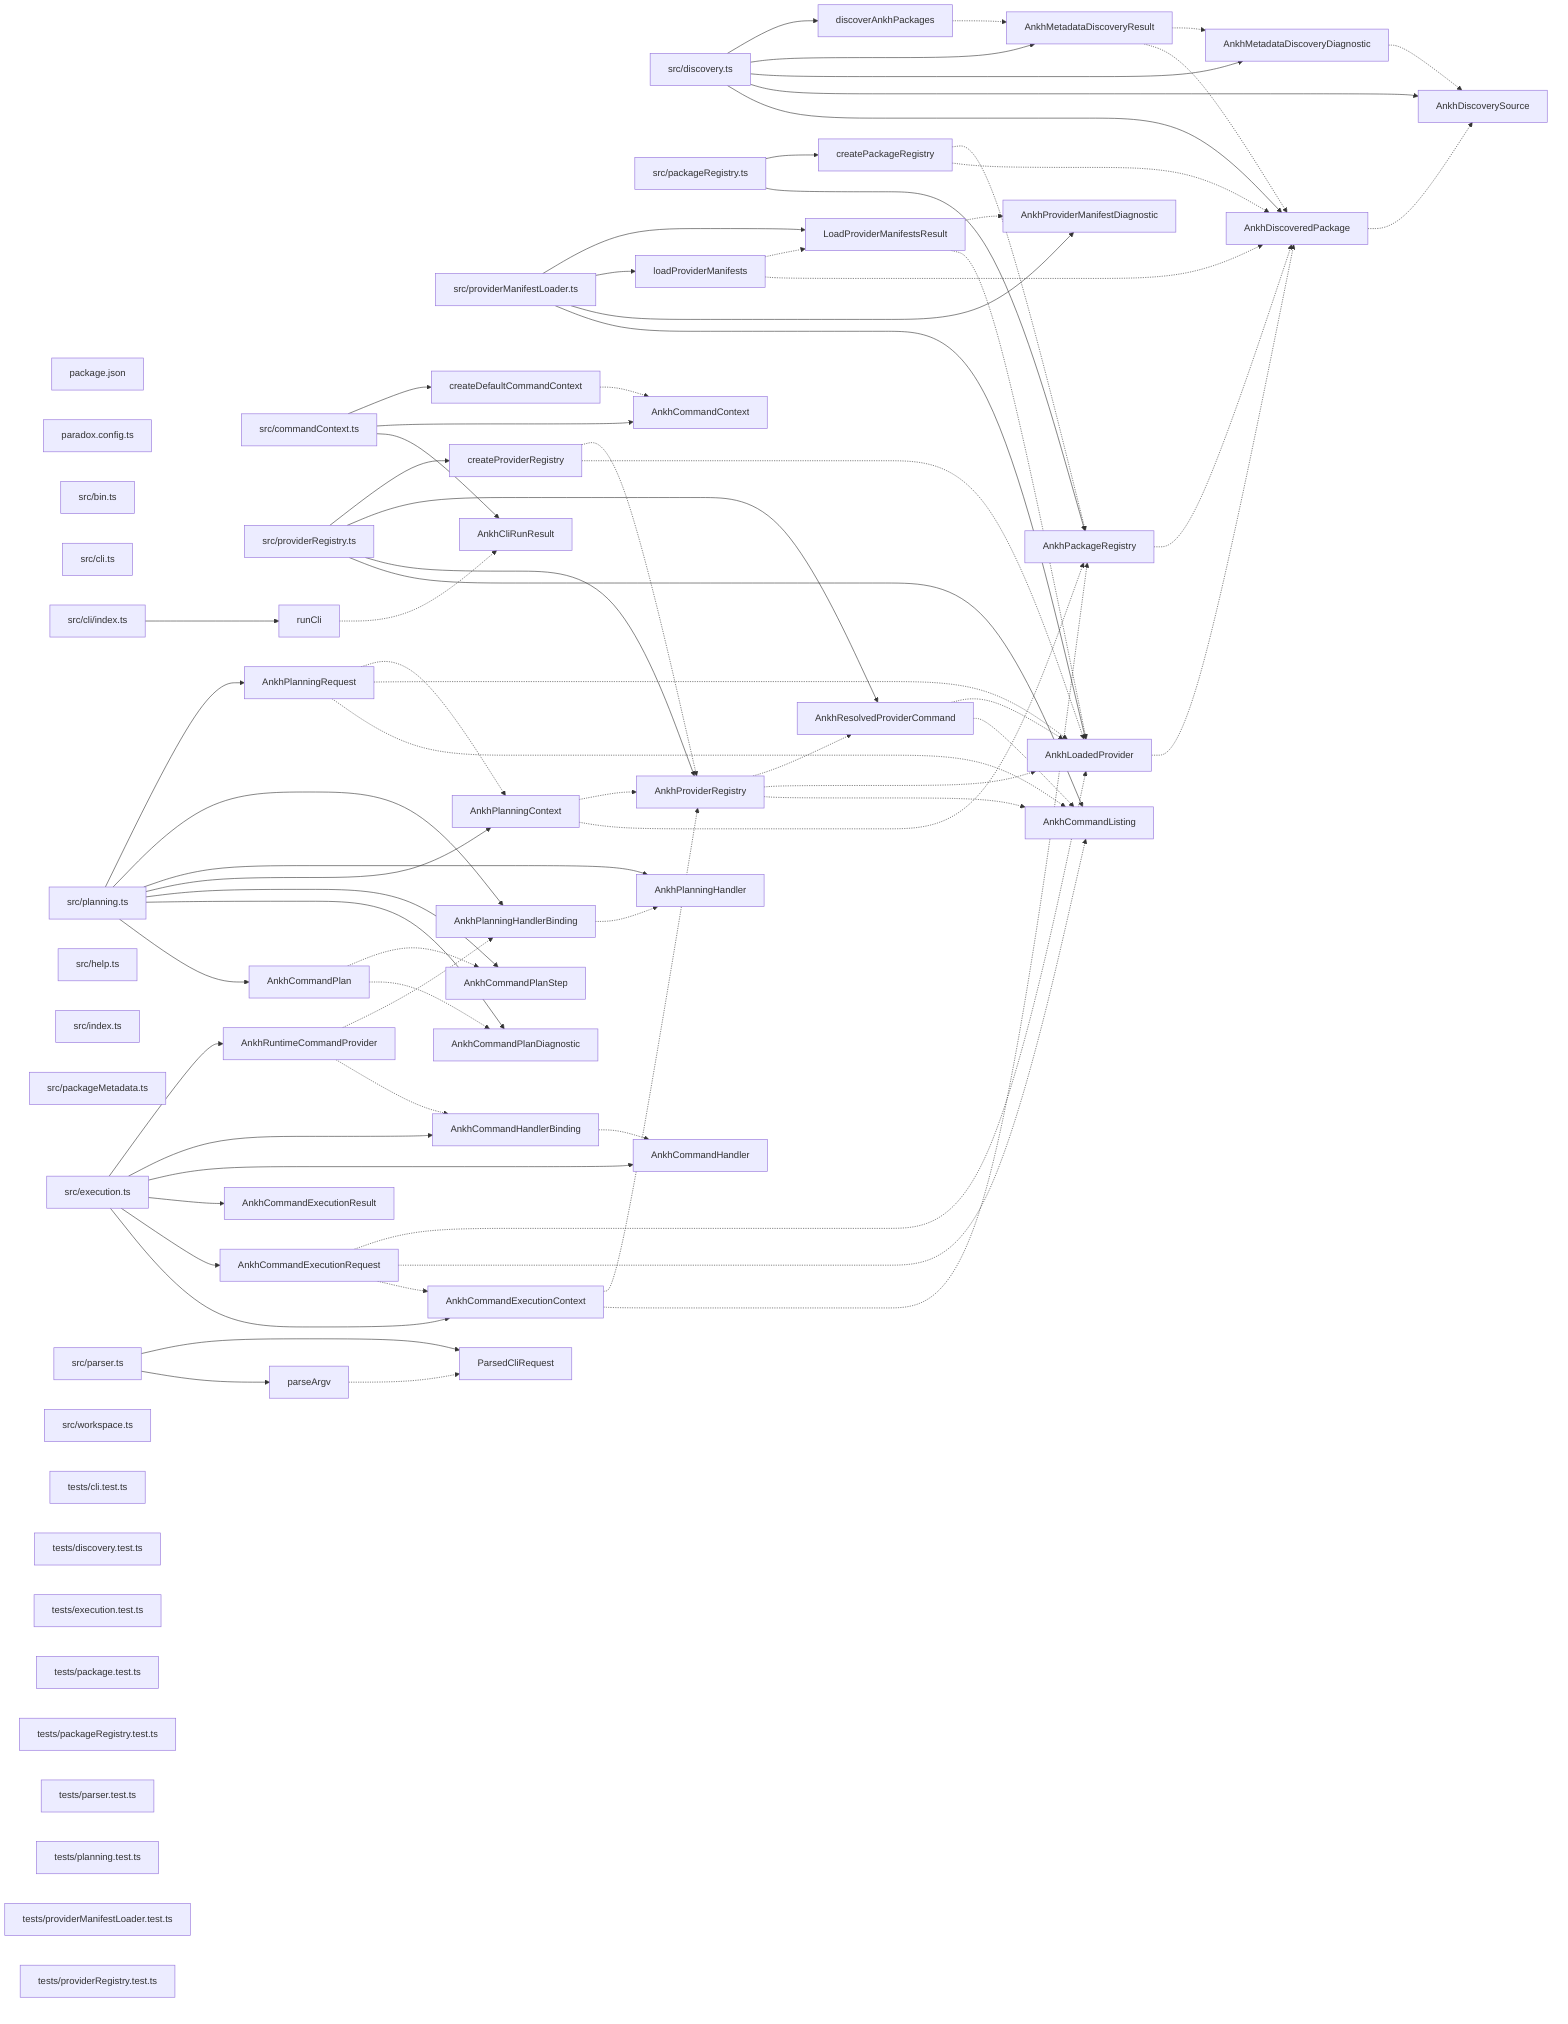
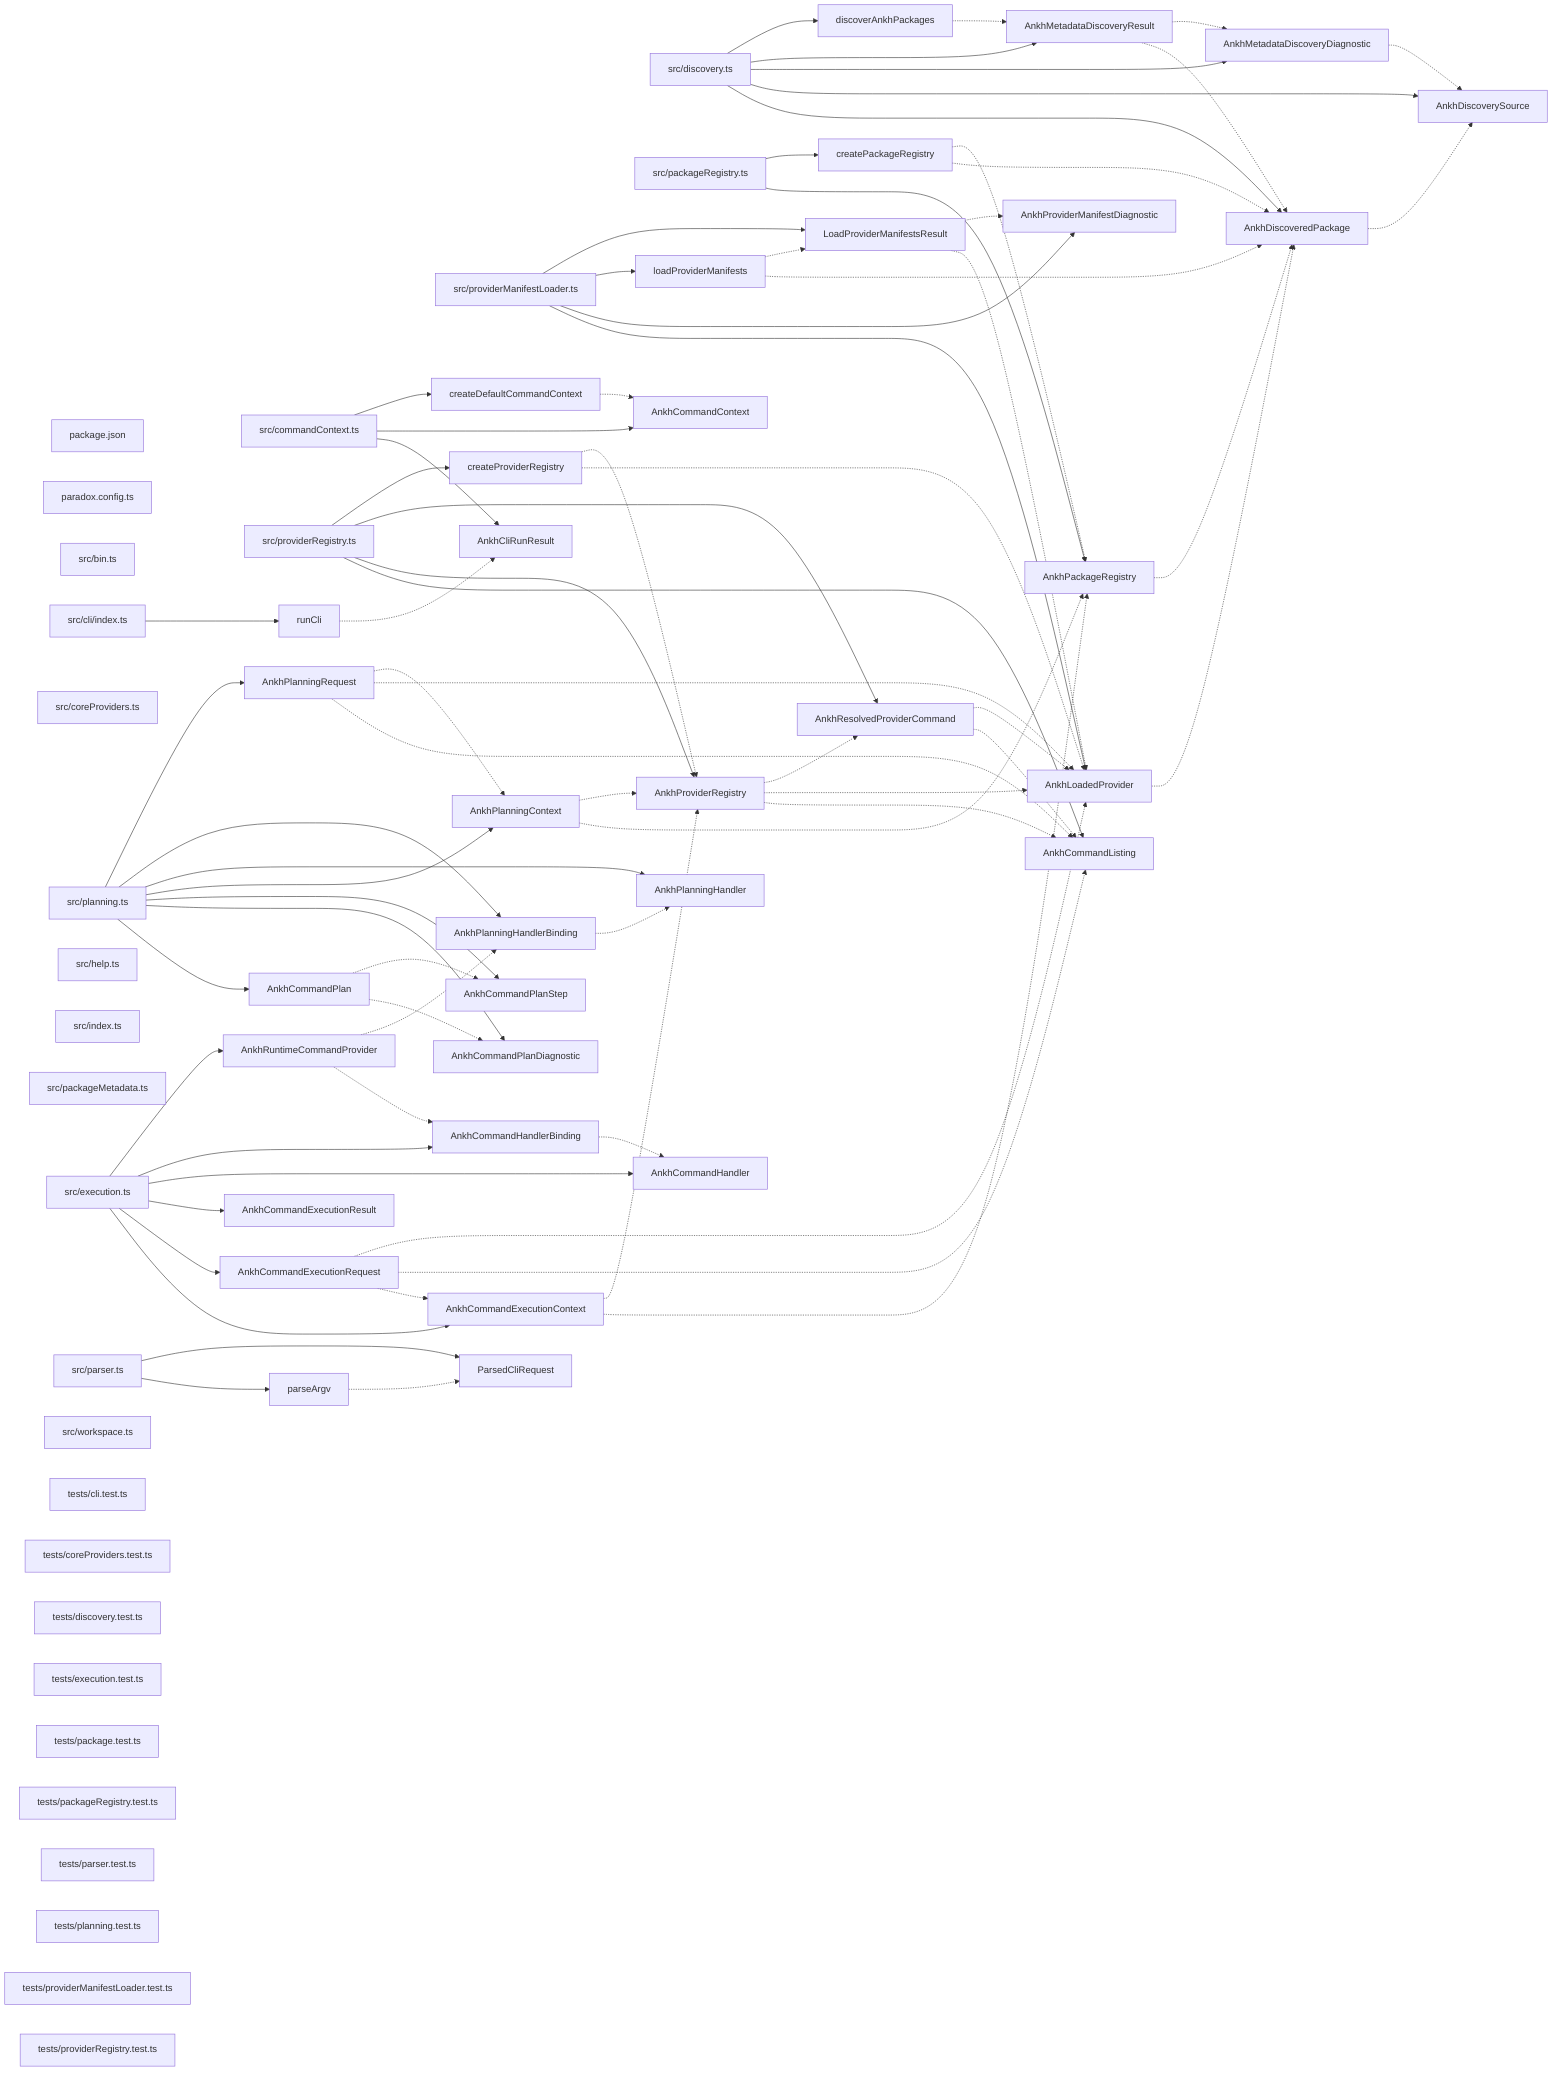
graph LR
  module_package_json["package.json"]
  module_paradox_config_ts["paradox.config.ts"]
  module_src_bin_ts["src/bin.ts"]
-   module_src_cli_ts["src/cli.ts"]
  module_src_cli_index_ts["src/cli/index.ts"]
  module_src_commandContext_ts["src/commandContext.ts"]
+   module_src_coreProviders_ts["src/coreProviders.ts"]
  module_src_discovery_ts["src/discovery.ts"]
  module_src_execution_ts["src/execution.ts"]
  module_src_help_ts["src/help.ts"]
  module_src_index_ts["src/index.ts"]
  module_src_packageMetadata_ts["src/packageMetadata.ts"]
  module_src_packageRegistry_ts["src/packageRegistry.ts"]
  module_src_parser_ts["src/parser.ts"]
  module_src_planning_ts["src/planning.ts"]
  module_src_providerManifestLoader_ts["src/providerManifestLoader.ts"]
  module_src_providerRegistry_ts["src/providerRegistry.ts"]
  module_src_workspace_ts["src/workspace.ts"]
  module_tests_cli_test_ts["tests/cli.test.ts"]
+   module_tests_coreProviders_test_ts["tests/coreProviders.test.ts"]
  module_tests_discovery_test_ts["tests/discovery.test.ts"]
  module_tests_execution_test_ts["tests/execution.test.ts"]
  module_tests_package_test_ts["tests/package.test.ts"]
  module_tests_packageRegistry_test_ts["tests/packageRegistry.test.ts"]
  module_tests_parser_test_ts["tests/parser.test.ts"]
  module_tests_planning_test_ts["tests/planning.test.ts"]
  module_tests_providerManifestLoader_test_ts["tests/providerManifestLoader.test.ts"]
  module_tests_providerRegistry_test_ts["tests/providerRegistry.test.ts"]
  export_AnkhCliRunResult["AnkhCliRunResult"]
  module_src_commandContext_ts --> export_AnkhCliRunResult
  export_AnkhCommandContext["AnkhCommandContext"]
  module_src_commandContext_ts --> export_AnkhCommandContext
  export_AnkhCommandExecutionContext["AnkhCommandExecutionContext"]
  module_src_execution_ts --> export_AnkhCommandExecutionContext
  export_AnkhCommandExecutionContext -.-> export_AnkhPackageRegistry
  export_AnkhCommandExecutionContext -.-> export_AnkhProviderRegistry
  export_AnkhCommandExecutionRequest["AnkhCommandExecutionRequest"]
  module_src_execution_ts --> export_AnkhCommandExecutionRequest
  export_AnkhCommandExecutionRequest -.-> export_AnkhCommandExecutionContext
  export_AnkhCommandExecutionRequest -.-> export_AnkhCommandListing
  export_AnkhCommandExecutionRequest -.-> export_AnkhLoadedProvider
  export_AnkhCommandExecutionResult["AnkhCommandExecutionResult"]
  module_src_execution_ts --> export_AnkhCommandExecutionResult
  export_AnkhCommandHandler["AnkhCommandHandler"]
  module_src_execution_ts --> export_AnkhCommandHandler
  export_AnkhCommandHandlerBinding["AnkhCommandHandlerBinding"]
  module_src_execution_ts --> export_AnkhCommandHandlerBinding
  export_AnkhCommandHandlerBinding -.-> export_AnkhCommandHandler
  export_AnkhCommandListing["AnkhCommandListing"]
  module_src_providerRegistry_ts --> export_AnkhCommandListing
  export_AnkhCommandPlan["AnkhCommandPlan"]
  module_src_planning_ts --> export_AnkhCommandPlan
  export_AnkhCommandPlan -.-> export_AnkhCommandPlanDiagnostic
  export_AnkhCommandPlan -.-> export_AnkhCommandPlanStep
  export_AnkhCommandPlanDiagnostic["AnkhCommandPlanDiagnostic"]
  module_src_planning_ts --> export_AnkhCommandPlanDiagnostic
  export_AnkhCommandPlanStep["AnkhCommandPlanStep"]
  module_src_planning_ts --> export_AnkhCommandPlanStep
  export_AnkhDiscoveredPackage["AnkhDiscoveredPackage"]
  module_src_discovery_ts --> export_AnkhDiscoveredPackage
  export_AnkhDiscoveredPackage -.-> export_AnkhDiscoverySource
  export_AnkhDiscoverySource["AnkhDiscoverySource"]
  module_src_discovery_ts --> export_AnkhDiscoverySource
  export_AnkhLoadedProvider["AnkhLoadedProvider"]
  module_src_providerManifestLoader_ts --> export_AnkhLoadedProvider
  export_AnkhLoadedProvider -.-> export_AnkhDiscoveredPackage
  export_AnkhMetadataDiscoveryDiagnostic["AnkhMetadataDiscoveryDiagnostic"]
  module_src_discovery_ts --> export_AnkhMetadataDiscoveryDiagnostic
  export_AnkhMetadataDiscoveryDiagnostic -.-> export_AnkhDiscoverySource
  export_AnkhMetadataDiscoveryResult["AnkhMetadataDiscoveryResult"]
  module_src_discovery_ts --> export_AnkhMetadataDiscoveryResult
  export_AnkhMetadataDiscoveryResult -.-> export_AnkhDiscoveredPackage
  export_AnkhMetadataDiscoveryResult -.-> export_AnkhMetadataDiscoveryDiagnostic
  export_AnkhPackageRegistry["AnkhPackageRegistry"]
  module_src_packageRegistry_ts --> export_AnkhPackageRegistry
  export_AnkhPackageRegistry -.-> export_AnkhDiscoveredPackage
  export_AnkhPlanningContext["AnkhPlanningContext"]
  module_src_planning_ts --> export_AnkhPlanningContext
  export_AnkhPlanningContext -.-> export_AnkhPackageRegistry
  export_AnkhPlanningContext -.-> export_AnkhProviderRegistry
  export_AnkhPlanningHandler["AnkhPlanningHandler"]
  module_src_planning_ts --> export_AnkhPlanningHandler
  export_AnkhPlanningHandlerBinding["AnkhPlanningHandlerBinding"]
  module_src_planning_ts --> export_AnkhPlanningHandlerBinding
  export_AnkhPlanningHandlerBinding -.-> export_AnkhPlanningHandler
  export_AnkhPlanningRequest["AnkhPlanningRequest"]
  module_src_planning_ts --> export_AnkhPlanningRequest
  export_AnkhPlanningRequest -.-> export_AnkhCommandListing
  export_AnkhPlanningRequest -.-> export_AnkhLoadedProvider
  export_AnkhPlanningRequest -.-> export_AnkhPlanningContext
  export_AnkhProviderManifestDiagnostic["AnkhProviderManifestDiagnostic"]
  module_src_providerManifestLoader_ts --> export_AnkhProviderManifestDiagnostic
  export_AnkhProviderRegistry["AnkhProviderRegistry"]
  module_src_providerRegistry_ts --> export_AnkhProviderRegistry
  export_AnkhProviderRegistry -.-> export_AnkhCommandListing
  export_AnkhProviderRegistry -.-> export_AnkhLoadedProvider
  export_AnkhProviderRegistry -.-> export_AnkhResolvedProviderCommand
  export_AnkhResolvedProviderCommand["AnkhResolvedProviderCommand"]
  module_src_providerRegistry_ts --> export_AnkhResolvedProviderCommand
  export_AnkhResolvedProviderCommand -.-> export_AnkhCommandListing
  export_AnkhResolvedProviderCommand -.-> export_AnkhLoadedProvider
  export_AnkhRuntimeCommandProvider["AnkhRuntimeCommandProvider"]
  module_src_execution_ts --> export_AnkhRuntimeCommandProvider
  export_AnkhRuntimeCommandProvider -.-> export_AnkhCommandHandlerBinding
  export_AnkhRuntimeCommandProvider -.-> export_AnkhPlanningHandlerBinding
  export_createDefaultCommandContext["createDefaultCommandContext"]
  module_src_commandContext_ts --> export_createDefaultCommandContext
  export_createDefaultCommandContext -.-> export_AnkhCommandContext
  export_createPackageRegistry["createPackageRegistry"]
  module_src_packageRegistry_ts --> export_createPackageRegistry
  export_createPackageRegistry -.-> export_AnkhDiscoveredPackage
  export_createPackageRegistry -.-> export_AnkhPackageRegistry
  export_createProviderRegistry["createProviderRegistry"]
  module_src_providerRegistry_ts --> export_createProviderRegistry
  export_createProviderRegistry -.-> export_AnkhLoadedProvider
  export_createProviderRegistry -.-> export_AnkhProviderRegistry
  export_discoverAnkhPackages["discoverAnkhPackages"]
  module_src_discovery_ts --> export_discoverAnkhPackages
  export_discoverAnkhPackages -.-> export_AnkhMetadataDiscoveryResult
  export_loadProviderManifests["loadProviderManifests"]
  module_src_providerManifestLoader_ts --> export_loadProviderManifests
  export_loadProviderManifests -.-> export_AnkhDiscoveredPackage
  export_loadProviderManifests -.-> export_LoadProviderManifestsResult
  export_LoadProviderManifestsResult["LoadProviderManifestsResult"]
  module_src_providerManifestLoader_ts --> export_LoadProviderManifestsResult
  export_LoadProviderManifestsResult -.-> export_AnkhLoadedProvider
  export_LoadProviderManifestsResult -.-> export_AnkhProviderManifestDiagnostic
  export_parseArgv["parseArgv"]
  module_src_parser_ts --> export_parseArgv
  export_parseArgv -.-> export_ParsedCliRequest
  export_ParsedCliRequest["ParsedCliRequest"]
  module_src_parser_ts --> export_ParsedCliRequest
  export_runCli["runCli"]
  module_src_cli_index_ts --> export_runCli
  export_runCli -.-> export_AnkhCliRunResult
